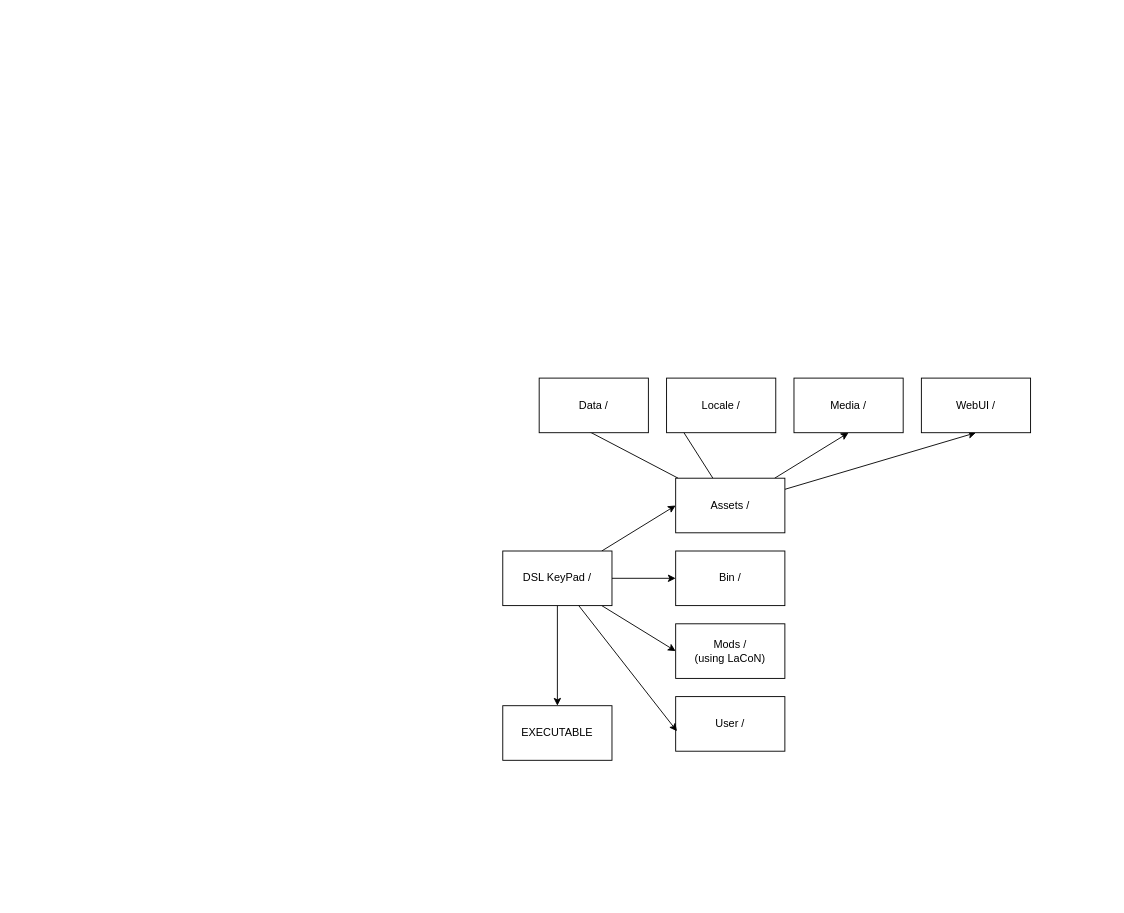
Earlier version of the draw.io diagram plan.drawio (DemerNkardaz/DSL-KeyPad-rs). Source tidied: cells renumbered, new cells numbered last; positions are measured from the earlier drawing's top-left corner, leaving out a move shared by most shapes. Both pictures are drawn from the tidied source at 91%, with x=0, y=0 at pixel (502, 378).
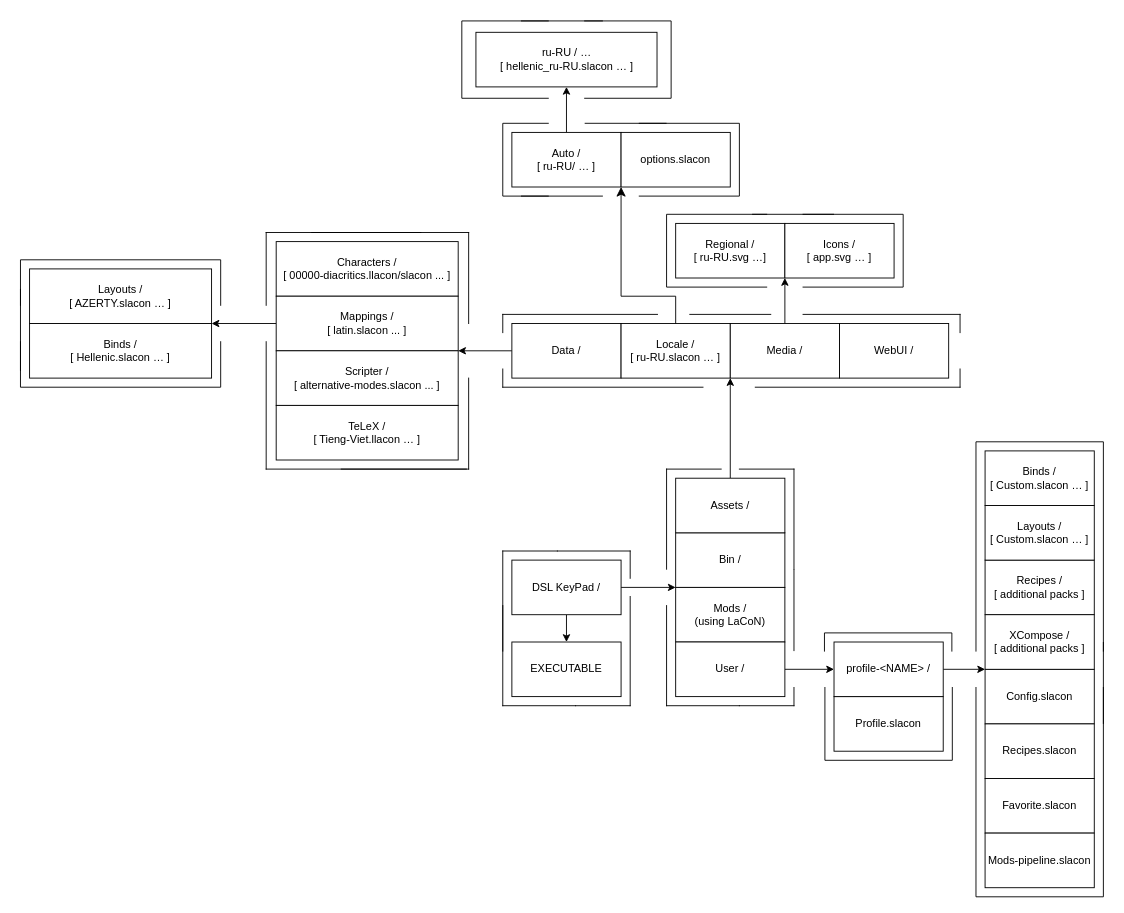
Above is the later version.

Unchanged cells that the change refers to:
```xml
<mxCell id="12" value="Assets /" style="rounded=0;whiteSpace=wrap;html=1;" parent="1" vertex="1">
  <mxGeometry x="190" y="110" width="120" height="60" as="geometry" />
</mxCell>
```

The edit, as a diff of the source:
```diff
@@
-    <mxCell id="2" style="edgeStyle=none;html=1;entryX=0;entryY=0.5;entryDx=0;entryDy=0;" parent="1" edge="1" source="6" target="7">
+    <mxCell id="2" style="edgeStyle=none;html=1;entryX=0;entryY=1;entryDx=0;entryDy=0;exitX=1;exitY=0.5;exitDx=0;exitDy=0;" parent="1" edge="1" source="6" target="7">
       <mxGeometry relative="1" as="geometry" />
     </mxCell>
-    <mxCell id="3" style="edgeStyle=none;html=1;entryX=0;entryY=0.5;entryDx=0;entryDy=0;" parent="1" edge="1" source="6" target="12">
-      <mxGeometry relative="1" as="geometry" />
-    </mxCell>
-    <mxCell id="4" style="edgeStyle=none;html=1;entryX=0;entryY=0.5;entryDx=0;entryDy=0;" parent="1" edge="1" source="6" target="16">
-      <mxGeometry relative="1" as="geometry" />
-    </mxCell>
@@
     <mxCell id="6" value="DSL KeyPad /" style="rounded=0;whiteSpace=wrap;html=1;" parent="1" vertex="1">
-      <mxGeometry y="190" width="120" height="60" as="geometry" />
+      <mxGeometry x="10" y="200" width="120" height="60" as="geometry" />
     </mxCell>
     <mxCell id="7" value="Bin /" style="rounded=0;whiteSpace=wrap;html=1;" parent="1" vertex="1">
-      <mxGeometry x="190" y="190" width="120" height="60" as="geometry" />
+      <mxGeometry x="190" y="170" width="120" height="60" as="geometry" />
     </mxCell>
-    <mxCell id="8" style="edgeStyle=none;html=1;entryX=0;entryY=0.5;entryDx=0;entryDy=0;" parent="1" edge="1" source="12" target="13">
-      <mxGeometry relative="1" as="geometry" />
-    </mxCell>
-    <mxCell id="9" style="edgeStyle=none;html=1;entryX=0;entryY=0.5;entryDx=0;entryDy=0;" parent="1" edge="1" source="12" target="14">
-      <mxGeometry relative="1" as="geometry" />
-    </mxCell>
-    <mxCell id="10" style="edgeStyle=none;html=1;entryX=0.5;entryY=1;entryDx=0;entryDy=0;" parent="1" edge="1" source="12" target="20">
+    <mxCell id="10" style="edgeStyle=none;html=1;entryX=0;entryY=1;entryDx=0;entryDy=0;" parent="1" edge="1" source="12" target="20">
       <mxGeometry relative="1" as="geometry" />
     </mxCell>
-    <mxCell id="11" style="edgeStyle=none;html=1;entryX=0.5;entryY=1;entryDx=0;entryDy=0;" parent="1" edge="1" source="12" target="15">
-      <mxGeometry relative="1" as="geometry" />
-    </mxCell>
@@
+    <mxCell id="21" style="edgeStyle=none;html=1;entryX=1;entryY=0;entryDx=0;entryDy=0;" parent="1" edge="1" source="13" target="35">
+      <mxGeometry relative="1" as="geometry" />
+    </mxCell>
     <mxCell id="13" value="Data /" style="rounded=0;whiteSpace=wrap;html=1;" parent="1" vertex="1">
-      <mxGeometry x="40" width="120" height="60" as="geometry" />
+      <mxGeometry x="10" y="-60" width="120" height="60" as="geometry" />
     </mxCell>
-    <mxCell id="14" value="Locale /" style="rounded=0;whiteSpace=wrap;html=1;" parent="1" vertex="1">
-      <mxGeometry x="180" width="120" height="60" as="geometry" />
+    <mxCell id="14" value="Locale /&lt;div&gt;[ ru-RU.slacon … ]&lt;/div&gt;" style="rounded=0;whiteSpace=wrap;html=1;" parent="1" vertex="1">
+      <mxGeometry x="130" y="-60" width="120" height="60" as="geometry" />
     </mxCell>
     <mxCell id="15" value="WebUI /" style="rounded=0;whiteSpace=wrap;html=1;" parent="1" vertex="1">
-      <mxGeometry x="460" width="120" height="60" as="geometry" />
+      <mxGeometry x="370" y="-60" width="120" height="60" as="geometry" />
     </mxCell>
     <mxCell id="16" value="Mods /&lt;div&gt;(using LaCoN)&lt;/div&gt;" style="rounded=0;whiteSpace=wrap;html=1;" parent="1" vertex="1">
-      <mxGeometry x="190" y="270" width="120" height="60" as="geometry" />
+      <mxGeometry x="190" y="230" width="120" height="60" as="geometry" />
     </mxCell>
+    <mxCell id="22" style="edgeStyle=none;html=1;entryX=0;entryY=0.5;entryDx=0;entryDy=0;exitX=1;exitY=0.5;exitDx=0;exitDy=0;" parent="1" edge="1" source="17" target="39">
+      <mxGeometry relative="1" as="geometry" />
+    </mxCell>
     <mxCell id="17" value="User /" style="rounded=0;whiteSpace=wrap;html=1;" parent="1" vertex="1">
-      <mxGeometry x="190" y="350" width="120" height="60" as="geometry" />
+      <mxGeometry x="190" y="290" width="120" height="60" as="geometry" />
     </mxCell>
-    <mxCell id="18" style="edgeStyle=none;html=1;entryX=0.012;entryY=0.634;entryDx=0;entryDy=0;entryPerimeter=0;" parent="1" edge="1" source="6" target="17">
-      <mxGeometry relative="1" as="geometry" />
-    </mxCell>
     <mxCell id="19" value="EXECUTABLE" style="rounded=0;whiteSpace=wrap;html=1;" parent="1" vertex="1">
-      <mxGeometry y="360" width="120" height="60" as="geometry" />
+      <mxGeometry x="10" y="290" width="120" height="60" as="geometry" />
     </mxCell>
+    <mxCell id="23" style="edgeStyle=none;html=1;entryX=0;entryY=1;entryDx=0;entryDy=0;" parent="1" edge="1" source="20" target="25">
+      <mxGeometry relative="1" as="geometry" />
+    </mxCell>
     <mxCell id="20" value="Media /" style="rounded=0;whiteSpace=wrap;html=1;" parent="1" vertex="1">
-      <mxGeometry x="320" width="120" height="60" as="geometry" />
+      <mxGeometry x="250" y="-60" width="120" height="60" as="geometry" />
     </mxCell>
+    <mxCell id="24" value="Regional /&lt;div&gt;[ ru-RU.svg …]&lt;/div&gt;" style="rounded=0;whiteSpace=wrap;html=1;" parent="1" vertex="1">
+      <mxGeometry x="190" y="-170" width="120" height="60" as="geometry" />
+    </mxCell>
+    <mxCell id="25" value="Icons /&lt;div&gt;[ app.svg … ]&lt;/div&gt;" style="rounded=0;whiteSpace=wrap;html=1;" parent="1" vertex="1">
+      <mxGeometry x="310" y="-170" width="120" height="60" as="geometry" />
+    </mxCell>
+    <mxCell id="26" value="Characters /&lt;div&gt;[ 00000-diacritics.llacon/slacon ... ]&lt;/div&gt;" style="rounded=0;whiteSpace=wrap;html=1;" parent="1" vertex="1">
+      <mxGeometry x="-249" y="-150" width="200" height="60" as="geometry" />
+    </mxCell>
+    <mxCell id="27" style="edgeStyle=none;html=1;entryX=1;entryY=0;entryDx=0;entryDy=0;" parent="1" edge="1" source="28" target="30">
+      <mxGeometry relative="1" as="geometry" />
+    </mxCell>
+    <mxCell id="28" value="Mappings /&lt;div&gt;[ latin.slacon ... ]&lt;/div&gt;" style="rounded=0;whiteSpace=wrap;html=1;" parent="1" vertex="1">
+      <mxGeometry x="-249" y="-90" width="200" height="60" as="geometry" />
+    </mxCell>
+    <mxCell id="29" value="Layouts /&lt;div&gt;[ AZERTY.slacon … ]&lt;/div&gt;" style="rounded=0;whiteSpace=wrap;html=1;" parent="1" vertex="1">
+      <mxGeometry x="-520" y="-120" width="200" height="60" as="geometry" />
+    </mxCell>
+    <mxCell id="30" value="Binds /&lt;div&gt;[ Hellenic.slacon … ]&lt;/div&gt;" style="rounded=0;whiteSpace=wrap;html=1;" parent="1" vertex="1">
+      <mxGeometry x="-520" y="-60" width="200" height="60" as="geometry" />
+    </mxCell>
+    <mxCell id="31" style="edgeStyle=none;html=1;entryX=0.5;entryY=1;entryDx=0;entryDy=0;" parent="1" edge="1" source="32" target="34">
+      <mxGeometry relative="1" as="geometry" />
+    </mxCell>
+    <mxCell id="32" value="Auto /&lt;div&gt;[ ru-RU/ … ]&lt;/div&gt;" style="rounded=0;whiteSpace=wrap;html=1;" parent="1" vertex="1">
+      <mxGeometry x="10" y="-270" width="120" height="60" as="geometry" />
+    </mxCell>
+    <mxCell id="33" value="options.slacon" style="rounded=0;whiteSpace=wrap;html=1;" parent="1" vertex="1">
+      <mxGeometry x="130" y="-270" width="120" height="60" as="geometry" />
+    </mxCell>
+    <mxCell id="34" value="ru-RU / …&lt;div&gt;[ hellenic_ru-RU.slacon … ]&lt;/div&gt;" style="rounded=0;whiteSpace=wrap;html=1;" parent="1" vertex="1">
+      <mxGeometry x="-29.5" y="-380" width="199" height="60" as="geometry" />
+    </mxCell>
+    <mxCell id="35" value="Scripter /&lt;div&gt;[ alternative-modes.slacon ... ]&lt;/div&gt;" style="rounded=0;whiteSpace=wrap;html=1;" parent="1" vertex="1">
+      <mxGeometry x="-249" y="-30" width="200" height="60" as="geometry" />
+    </mxCell>
+    <mxCell id="36" value="TeLeX /&lt;div&gt;[ Tieng-Viet.llacon … ]&lt;/div&gt;" style="rounded=0;whiteSpace=wrap;html=1;" parent="1" vertex="1">
+      <mxGeometry x="-249" y="30" width="200" height="60" as="geometry" />
+    </mxCell>
+    <mxCell id="37" value="Profile.slacon" style="rounded=0;whiteSpace=wrap;html=1;" parent="1" vertex="1">
+      <mxGeometry x="364" y="350" width="120" height="60" as="geometry" />
+    </mxCell>
+    <mxCell id="38" style="edgeStyle=none;html=1;entryX=0;entryY=1;entryDx=0;entryDy=0;" parent="1" edge="1" source="39" target="75">
+      <mxGeometry relative="1" as="geometry" />
+    </mxCell>
+    <mxCell id="39" value="profile-&amp;lt;NAME&amp;gt; /" style="rounded=0;whiteSpace=wrap;html=1;" parent="1" vertex="1">
+      <mxGeometry x="364" y="290" width="120" height="60" as="geometry" />
+    </mxCell>
+    <mxCell id="40" value="Config.slacon" style="rounded=0;whiteSpace=wrap;html=1;" parent="1" vertex="1">
+      <mxGeometry x="530" y="320" width="120" height="60" as="geometry" />
+    </mxCell>
+    <mxCell id="41" value="Recipes.slacon" style="rounded=0;whiteSpace=wrap;html=1;" parent="1" vertex="1">
+      <mxGeometry x="530" y="380" width="120" height="60" as="geometry" />
+    </mxCell>
+    <mxCell id="42" value="Favorite.slacon" style="rounded=0;whiteSpace=wrap;html=1;" parent="1" vertex="1">
+      <mxGeometry x="530" y="440" width="120" height="60" as="geometry" />
+    </mxCell>
+    <mxCell id="43" value="Mods-pipeline.slacon" style="rounded=0;whiteSpace=wrap;html=1;" parent="1" vertex="1">
+      <mxGeometry x="530" y="500" width="120" height="60" as="geometry" />
+    </mxCell>
+    <mxCell id="44" value="Recipes /&lt;div&gt;[ additional packs ]&lt;/div&gt;" style="rounded=0;whiteSpace=wrap;html=1;" parent="1" vertex="1">
+      <mxGeometry x="530" y="200" width="120" height="60" as="geometry" />
+    </mxCell>
+    <mxCell id="45" value="Layouts /&lt;div&gt;[ Custom.slacon … ]&lt;/div&gt;" style="rounded=0;whiteSpace=wrap;html=1;" parent="1" vertex="1">
+      <mxGeometry x="530" y="140" width="120" height="60" as="geometry" />
+    </mxCell>
+    <mxCell id="46" value="Binds /&lt;div&gt;[ Custom.slacon … ]&lt;/div&gt;" style="rounded=0;whiteSpace=wrap;html=1;" parent="1" vertex="1">
+      <mxGeometry x="530" y="80" width="120" height="60" as="geometry" />
+    </mxCell>
+    <mxCell id="47" style="shape=partialRectangle;whiteSpace=wrap;html=1;bottom=1;right=1;left=1;top=0;fillColor=none;routingCenterX=-0.5;" parent="1" vertex="1">
+      <mxGeometry x="520" y="340" width="140" height="230" as="geometry" />
+    </mxCell>
+    <mxCell id="48" style="shape=partialRectangle;whiteSpace=wrap;html=1;bottom=1;right=1;left=1;top=0;fillColor=none;routingCenterX=-0.5;rotation=-180;" parent="1" vertex="1">
+      <mxGeometry x="520" y="70" width="140" height="230" as="geometry" />
+    </mxCell>
+    <mxCell id="49" style="shape=partialRectangle;whiteSpace=wrap;html=1;bottom=0;right=0;fillColor=none;" parent="1" vertex="1">
+      <mxGeometry x="180" y="100" width="60" height="110" as="geometry" />
+    </mxCell>
+    <mxCell id="50" style="shape=partialRectangle;whiteSpace=wrap;html=1;bottom=0;right=0;fillColor=none;flipH=1;" parent="1" vertex="1">
+      <mxGeometry x="260" y="100" width="60" height="110" as="geometry" />
+    </mxCell>
+    <mxCell id="51" style="group;rotation=-180;" parent="1" vertex="1">
+      <mxGeometry x="180" y="250" width="140" height="110" as="geometry" />
+    </mxCell>
+    <mxCell id="52" style="shape=partialRectangle;whiteSpace=wrap;html=1;bottom=0;right=0;fillColor=none;rotation=-180;" parent="51" vertex="1">
+      <mxGeometry x="80" y="90" width="60" height="20" as="geometry" />
+    </mxCell>
+    <mxCell id="53" style="shape=partialRectangle;whiteSpace=wrap;html=1;bottom=0;right=0;fillColor=none;flipH=1;rotation=-180;" parent="51" vertex="1">
+      <mxGeometry width="80" height="110" as="geometry" />
+    </mxCell>
+    <mxCell id="54" style="line;strokeWidth=1;direction=south;html=1;" parent="1" vertex="1">
+      <mxGeometry x="315" y="210" width="10" height="90" as="geometry" />
+    </mxCell>
+    <mxCell id="55" style="line;strokeWidth=1;direction=south;html=1;" parent="1" vertex="1">
+      <mxGeometry x="655" y="290" width="10" height="90" as="geometry" />
+    </mxCell>
+    <mxCell id="56" style="shape=partialRectangle;whiteSpace=wrap;html=1;bottom=1;right=1;left=1;top=0;fillColor=none;routingCenterX=-0.5;rotation=-180;" parent="1" vertex="1">
+      <mxGeometry x="353.5" y="280" width="140" height="20" as="geometry" />
+    </mxCell>
+    <mxCell id="57" style="shape=partialRectangle;whiteSpace=wrap;html=1;bottom=1;right=1;left=1;top=0;fillColor=none;routingCenterX=-0.5;rotation=0;" parent="1" vertex="1">
+      <mxGeometry x="354" y="340" width="140" height="80" as="geometry" />
+    </mxCell>
+    <mxCell id="58" style="shape=partialRectangle;whiteSpace=wrap;html=1;bottom=0;right=0;fillColor=none;" parent="1" vertex="1">
+      <mxGeometry y="-70" width="170" height="20" as="geometry" />
+    </mxCell>
+    <mxCell id="59" style="shape=partialRectangle;whiteSpace=wrap;html=1;bottom=0;right=0;fillColor=none;direction=west;flipH=1;" parent="1" vertex="1">
+      <mxGeometry y="-10" width="220" height="20" as="geometry" />
+    </mxCell>
+    <mxCell id="60" style="shape=partialRectangle;whiteSpace=wrap;html=1;bottom=0;right=0;fillColor=none;direction=west;" parent="1" vertex="1">
+      <mxGeometry x="277.5" y="-10" width="225" height="20" as="geometry" />
+    </mxCell>
+    <mxCell id="61" style="shape=partialRectangle;whiteSpace=wrap;html=1;bottom=0;right=0;fillColor=none;direction=east;flipH=1;" parent="1" vertex="1">
+      <mxGeometry x="330" y="-70" width="172.5" height="20" as="geometry" />
+    </mxCell>
+    <mxCell id="62" style="shape=partialRectangle;whiteSpace=wrap;html=1;bottom=1;right=1;left=1;top=0;fillColor=none;routingCenterX=-0.5;rotation=-180;direction=south;" parent="1" vertex="1">
+      <mxGeometry x="330" y="-180" width="110" height="80" as="geometry" />
+    </mxCell>
+    <mxCell id="63" style="shape=partialRectangle;whiteSpace=wrap;html=1;bottom=1;right=1;left=1;top=0;fillColor=none;routingCenterX=-0.5;rotation=-180;direction=north;" parent="1" vertex="1">
+      <mxGeometry x="180" y="-180" width="110" height="80" as="geometry" />
+    </mxCell>
+    <mxCell id="64" style="line;strokeWidth=1;direction=west;html=1;" parent="1" vertex="1">
+      <mxGeometry x="274" y="-185" width="90" height="10" as="geometry" />
+    </mxCell>
+    <mxCell id="65" style="edgeStyle=elbowEdgeStyle;elbow=vertical;endArrow=classic;html=1;curved=0;rounded=0;endSize=8;startSize=8;exitX=0.5;exitY=0;exitDx=0;exitDy=0;entryX=0;entryY=1;entryDx=0;entryDy=0;" parent="1" edge="1" source="14" target="33">
+      <mxGeometry relative="1" as="geometry">
+        <Array as="points">
+          <mxPoint x="140" y="-90" />
+        </Array>
+      </mxGeometry>
+    </mxCell>
+    <mxCell id="66" style="shape=partialRectangle;whiteSpace=wrap;html=1;bottom=1;right=1;left=1;top=0;fillColor=none;routingCenterX=-0.5;rotation=-180;direction=south;" parent="1" vertex="1">
+      <mxGeometry x="150" y="-280" width="110" height="80" as="geometry" />
+    </mxCell>
+    <mxCell id="67" style="shape=partialRectangle;whiteSpace=wrap;html=1;bottom=1;right=1;left=1;top=0;fillColor=none;routingCenterX=-0.5;rotation=-180;direction=north;" parent="1" vertex="1">
+      <mxGeometry y="-280" width="50" height="80" as="geometry" />
+    </mxCell>
+    <mxCell id="68" style="line;strokeWidth=1;direction=west;html=1;" parent="1" vertex="1">
+      <mxGeometry x="90" y="-285" width="90" height="10" as="geometry" />
+    </mxCell>
+    <mxCell id="69" style="line;strokeWidth=1;direction=west;html=1;" parent="1" vertex="1">
+      <mxGeometry x="20" y="-205" width="90" height="10" as="geometry" />
+    </mxCell>
+    <mxCell id="70" style="shape=partialRectangle;whiteSpace=wrap;html=1;bottom=0;right=0;fillColor=none;" parent="1" vertex="1">
+      <mxGeometry y="190" width="60" height="110" as="geometry" />
+    </mxCell>
+    <mxCell id="71" style="shape=partialRectangle;whiteSpace=wrap;html=1;bottom=0;right=0;fillColor=none;flipH=1;rotation=-180;" parent="1" vertex="1">
+      <mxGeometry y="250" width="80" height="110" as="geometry" />
+    </mxCell>
+    <mxCell id="72" style="shape=partialRectangle;whiteSpace=wrap;html=1;bottom=0;right=0;fillColor=none;flipH=1;" parent="1" vertex="1">
+      <mxGeometry x="60" y="190" width="80" height="30" as="geometry" />
+    </mxCell>
+    <mxCell id="73" style="shape=partialRectangle;whiteSpace=wrap;html=1;bottom=0;right=0;fillColor=none;rotation=-180;" parent="1" vertex="1">
+      <mxGeometry x="80" y="240" width="60" height="120" as="geometry" />
+    </mxCell>
+    <mxCell id="74" style="line;strokeWidth=1;direction=west;html=1;" parent="1" vertex="1">
+      <mxGeometry x="205" y="-75" width="90" height="10" as="geometry" />
+    </mxCell>
+    <mxCell id="75" value="XCompose /&lt;div&gt;[ additional packs ]&lt;/div&gt;" style="rounded=0;whiteSpace=wrap;html=1;" parent="1" vertex="1">
+      <mxGeometry x="530" y="260" width="120" height="60" as="geometry" />
+    </mxCell>
+    <mxCell id="76" style="shape=partialRectangle;whiteSpace=wrap;html=1;bottom=0;right=0;fillColor=none;" parent="1" vertex="1">
+      <mxGeometry x="-260" y="-160" width="170" height="80" as="geometry" />
+    </mxCell>
+    <mxCell id="77" style="shape=partialRectangle;whiteSpace=wrap;html=1;bottom=0;right=0;fillColor=none;direction=west;flipH=1;" parent="1" vertex="1">
+      <mxGeometry x="-260" y="-40" width="220" height="140" as="geometry" />
+    </mxCell>
+    <mxCell id="78" style="shape=partialRectangle;whiteSpace=wrap;html=1;bottom=0;right=0;fillColor=none;direction=east;flipH=1;" parent="1" vertex="1">
+      <mxGeometry x="-210" y="-160" width="172.5" height="100" as="geometry" />
+    </mxCell>
+    <mxCell id="79" style="shape=partialRectangle;whiteSpace=wrap;html=1;bottom=0;right=0;fillColor=none;direction=west;" parent="1" vertex="1">
+      <mxGeometry x="-177.5" width="140" height="100" as="geometry" />
+    </mxCell>
+    <mxCell id="80" style="shape=partialRectangle;whiteSpace=wrap;html=1;bottom=1;right=1;left=1;top=0;fillColor=none;routingCenterX=-0.5;rotation=-180;" parent="1" vertex="1">
+      <mxGeometry x="-530" y="-130" width="220" height="50" as="geometry" />
+    </mxCell>
+    <mxCell id="81" style="shape=partialRectangle;whiteSpace=wrap;html=1;bottom=1;right=1;left=1;top=0;fillColor=none;routingCenterX=-0.5;rotation=-180;direction=west;" parent="1" vertex="1">
+      <mxGeometry x="-530" y="-40" width="220" height="50" as="geometry" />
+    </mxCell>
+    <mxCell id="82" style="line;strokeWidth=1;direction=south;html=1;" parent="1" vertex="1">
+      <mxGeometry x="-535" y="-98" width="10" height="90" as="geometry" />
+    </mxCell>
+    <mxCell id="83" style="shape=partialRectangle;whiteSpace=wrap;html=1;bottom=1;right=1;left=1;top=0;fillColor=none;routingCenterX=-0.5;rotation=-180;direction=south;" parent="1" vertex="1">
+      <mxGeometry x="90" y="-392.5" width="95" height="85" as="geometry" />
+    </mxCell>
+    <mxCell id="84" style="shape=partialRectangle;whiteSpace=wrap;html=1;bottom=1;right=1;left=1;top=0;fillColor=none;routingCenterX=-0.5;rotation=-180;direction=north;" parent="1" vertex="1">
+      <mxGeometry x="-45" y="-392.5" width="95" height="85" as="geometry" />
+    </mxCell>
+    <mxCell id="85" style="line;strokeWidth=1;direction=west;html=1;" parent="1" vertex="1">
+      <mxGeometry x="20" y="-397.5" width="90" height="10" as="geometry" />
+    </mxCell>
```
